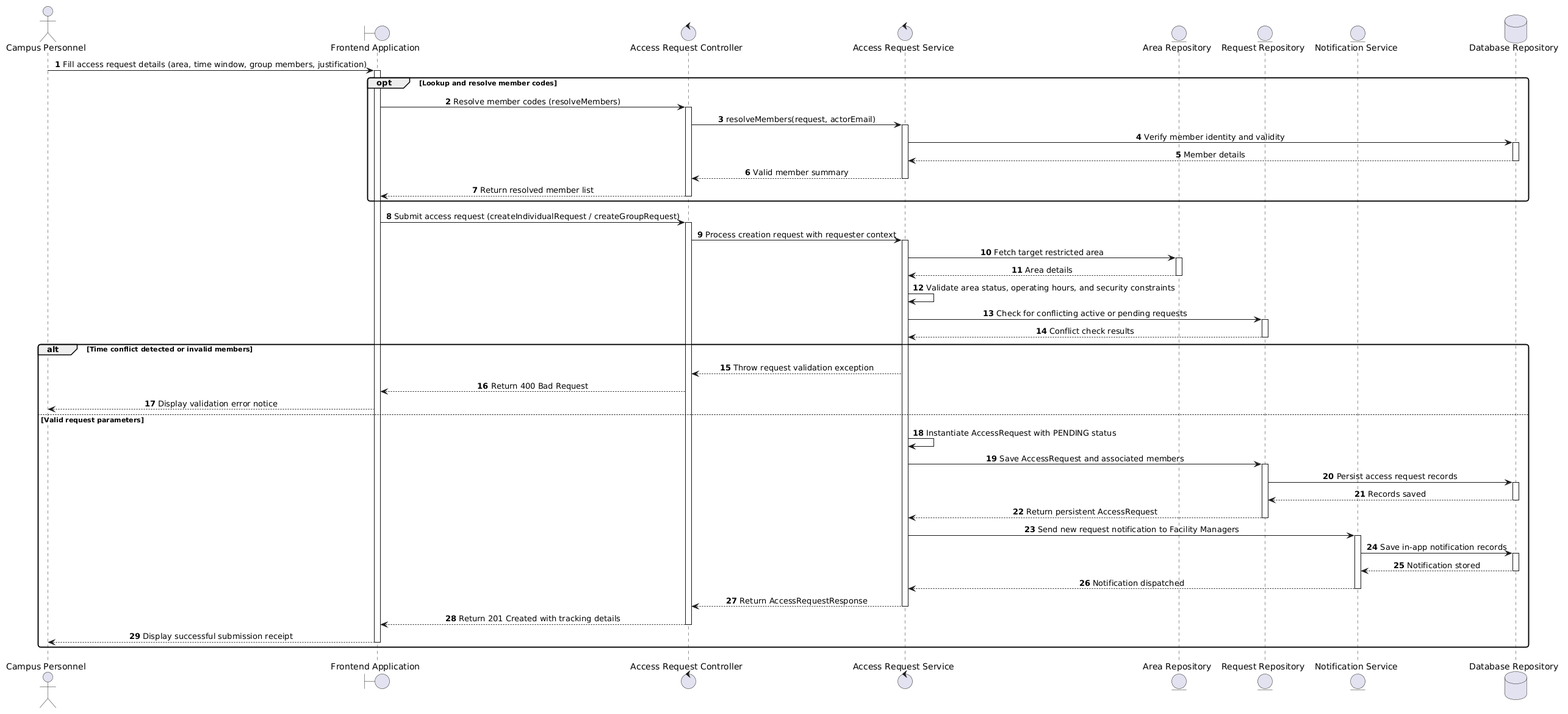
This is docs/diagrams/seq_3.7.1.png from AnhHao2505/AI-Based-Intelligent-Campus-Security-Surveillance-System, a PlantUML export, as it was before one commit. Its diagram source:
```plantuml
@startuml
skinparam shadowing false
skinparam monochrome false
skinparam roundcorner 8
skinparam defaultFontName Arial
skinparam sequenceMessageAlign center

autonumber

actor "Campus Personnel" as User
boundary "Frontend Application" as App
control "Access Request Controller" as Controller
control "Access Request Service" as Service
entity "Area Repository" as AreaRepo
entity "Request Repository" as RequestRepo
entity "Notification Service" as Notif
database "Database Repository" as DB

User -> App : Fill access request details (area, time window, group members, justification)
activate App
opt Lookup and resolve member codes
    App -> Controller : Resolve member codes (resolveMembers)
    activate Controller
    Controller -> Service : resolveMembers(request, actorEmail)
    activate Service
    Service -> DB : Verify member identity and validity
    activate DB
    DB --> Service : Member details
    deactivate DB
    Service --> Controller : Valid member summary
    deactivate Service
    Controller --> App : Return resolved member list
    deactivate Controller
end

App -> Controller : Submit access request (createIndividualRequest / createGroupRequest)
activate Controller
Controller -> Service : Process creation request with requester context
activate Service

Service -> AreaRepo : Fetch target restricted area
activate AreaRepo
AreaRepo --> Service : Area details
deactivate AreaRepo

Service -> Service : Validate area status, operating hours, and security constraints
Service -> RequestRepo : Check for conflicting active or pending requests
activate RequestRepo
RequestRepo --> Service : Conflict check results
deactivate RequestRepo

alt Time conflict detected or invalid members
    Service --> Controller : Throw request validation exception
    Controller --> App : Return 400 Bad Request
    App --> User : Display validation error notice
else Valid request parameters
    Service -> Service : Instantiate AccessRequest with PENDING status
    Service -> RequestRepo : Save AccessRequest and associated members
    activate RequestRepo
    RequestRepo -> DB : Persist access request records
    activate DB
    DB --> RequestRepo : Records saved
    deactivate DB
    RequestRepo --> Service : Return persistent AccessRequest
    deactivate RequestRepo

    Service -> Notif : Send new request notification to Facility Managers
    activate Notif
    Notif -> DB : Save in-app notification records
    activate DB
    DB --> Notif : Notification stored
    deactivate DB
    Notif --> Service : Notification dispatched
    deactivate Notif

    Service --> Controller : Return AccessRequestResponse
    deactivate Service
    Controller --> App : Return 201 Created with tracking details
    deactivate Controller
    App --> User : Display successful submission receipt
    deactivate App
end
@enduml
```
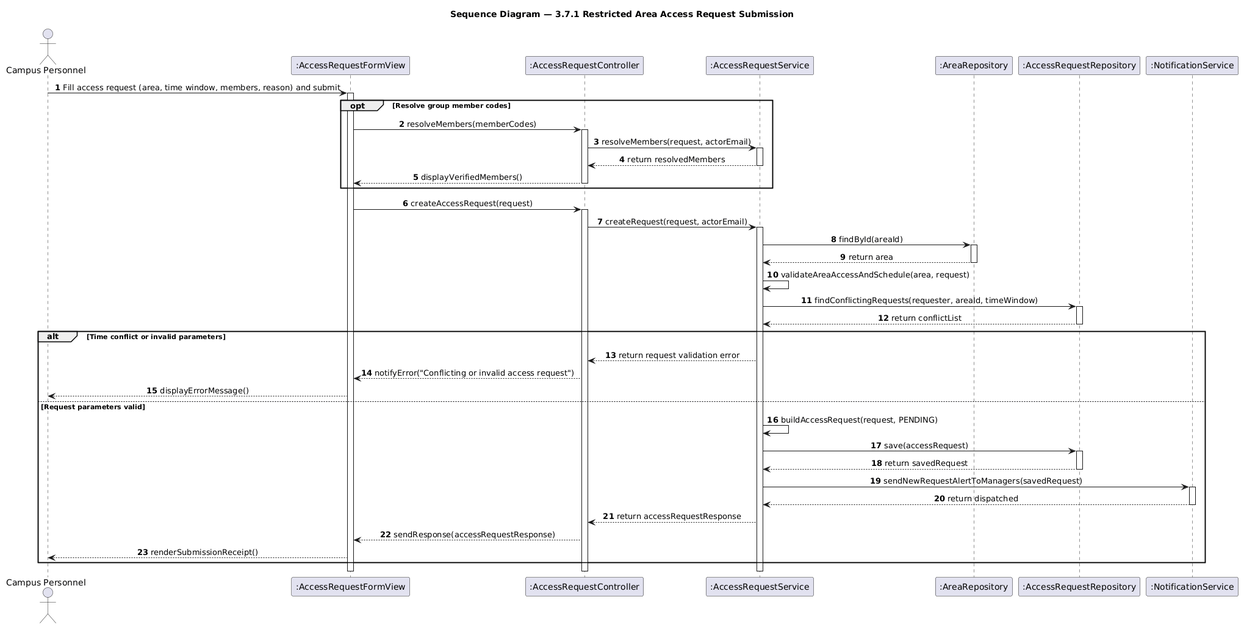
The same file after the commit.

Change to the diagram source:
```diff
@@ -1,83 +1,67 @@
 @startuml
 skinparam shadowing false
-skinparam monochrome false
-skinparam roundcorner 8
-skinparam defaultFontName Arial
 skinparam sequenceMessageAlign center
-
 autonumber
 
+title Sequence Diagram — 3.7.1 Restricted Area Access Request Submission
+
 actor "Campus Personnel" as User
-boundary "Frontend Application" as App
-control "Access Request Controller" as Controller
-control "Access Request Service" as Service
-entity "Area Repository" as AreaRepo
-entity "Request Repository" as RequestRepo
-entity "Notification Service" as Notif
-database "Database Repository" as DB
+participant ":AccessRequestFormView" as View
+participant ":AccessRequestController" as Controller
+participant ":AccessRequestService" as Service
+participant ":AreaRepository" as AreaRepo
+participant ":AccessRequestRepository" as RequestRepo
+participant ":NotificationService" as Notif
 
-User -> App : Fill access request details (area, time window, group members, justification)
-activate App
-opt Lookup and resolve member codes
-    App -> Controller : Resolve member codes (resolveMembers)
+User -> View : Fill access request (area, time window, members, reason) and submit
+activate View
+
+opt Resolve group member codes
+    View -> Controller : resolveMembers(memberCodes)
     activate Controller
     Controller -> Service : resolveMembers(request, actorEmail)
     activate Service
-    Service -> DB : Verify member identity and validity
-    activate DB
-    DB --> Service : Member details
-    deactivate DB
-    Service --> Controller : Valid member summary
+    Service --> Controller : return resolvedMembers
     deactivate Service
-    Controller --> App : Return resolved member list
+    Controller --> View : displayVerifiedMembers()
     deactivate Controller
 end
 
-App -> Controller : Submit access request (createIndividualRequest / createGroupRequest)
+View -> Controller : createAccessRequest(request)
 activate Controller
-Controller -> Service : Process creation request with requester context
+Controller -> Service : createRequest(request, actorEmail)
 activate Service
 
-Service -> AreaRepo : Fetch target restricted area
+Service -> AreaRepo : findById(areaId)
 activate AreaRepo
-AreaRepo --> Service : Area details
+AreaRepo --> Service : return area
 deactivate AreaRepo
 
-Service -> Service : Validate area status, operating hours, and security constraints
-Service -> RequestRepo : Check for conflicting active or pending requests
+Service -> Service : validateAreaAccessAndSchedule(area, request)
+Service -> RequestRepo : findConflictingRequests(requester, areaId, timeWindow)
 activate RequestRepo
-RequestRepo --> Service : Conflict check results
+RequestRepo --> Service : return conflictList
 deactivate RequestRepo
 
-alt Time conflict detected or invalid members
-    Service --> Controller : Throw request validation exception
-    Controller --> App : Return 400 Bad Request
-    App --> User : Display validation error notice
-else Valid request parameters
-    Service -> Service : Instantiate AccessRequest with PENDING status
-    Service -> RequestRepo : Save AccessRequest and associated members
+alt Time conflict or invalid parameters
+    Service --> Controller : return request validation error
+    Controller --> View : notifyError("Conflicting or invalid access request")
+    View --> User : displayErrorMessage()
+else Request parameters valid
+    Service -> Service : buildAccessRequest(request, PENDING)
+    Service -> RequestRepo : save(accessRequest)
     activate RequestRepo
-    RequestRepo -> DB : Persist access request records
-    activate DB
-    DB --> RequestRepo : Records saved
-    deactivate DB
-    RequestRepo --> Service : Return persistent AccessRequest
+    RequestRepo --> Service : return savedRequest
     deactivate RequestRepo
-
-    Service -> Notif : Send new request notification to Facility Managers
+    Service -> Notif : sendNewRequestAlertToManagers(savedRequest)
     activate Notif
-    Notif -> DB : Save in-app notification records
-    activate DB
-    DB --> Notif : Notification stored
-    deactivate DB
-    Notif --> Service : Notification dispatched
+    Notif --> Service : return dispatched
     deactivate Notif
-
-    Service --> Controller : Return AccessRequestResponse
-    deactivate Service
-    Controller --> App : Return 201 Created with tracking details
-    deactivate Controller
-    App --> User : Display successful submission receipt
-    deactivate App
+    Service --> Controller : return accessRequestResponse
+    Controller --> View : sendResponse(accessRequestResponse)
+    View --> User : renderSubmissionReceipt()
 end
+deactivate Service
+deactivate Controller
+deactivate View
 @enduml
```
